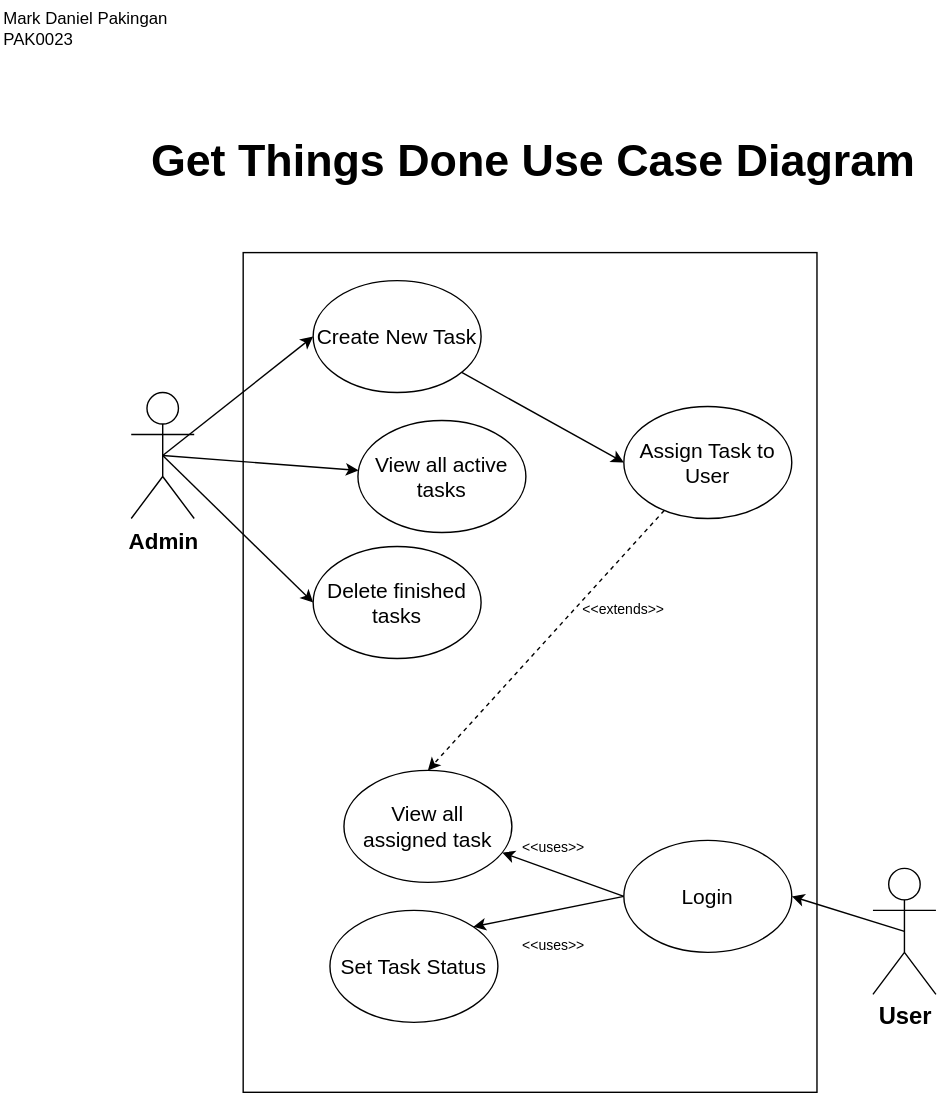
This is pakinganUseCaseDiagram.drawio.svg from ivondrak/SWE2025, a draw.io export, as it was before one commit. Source tidied: cells renumbered, new cells last; positions are measured from the earlier drawing's top-left corner, leaving out a move shared by most shapes.
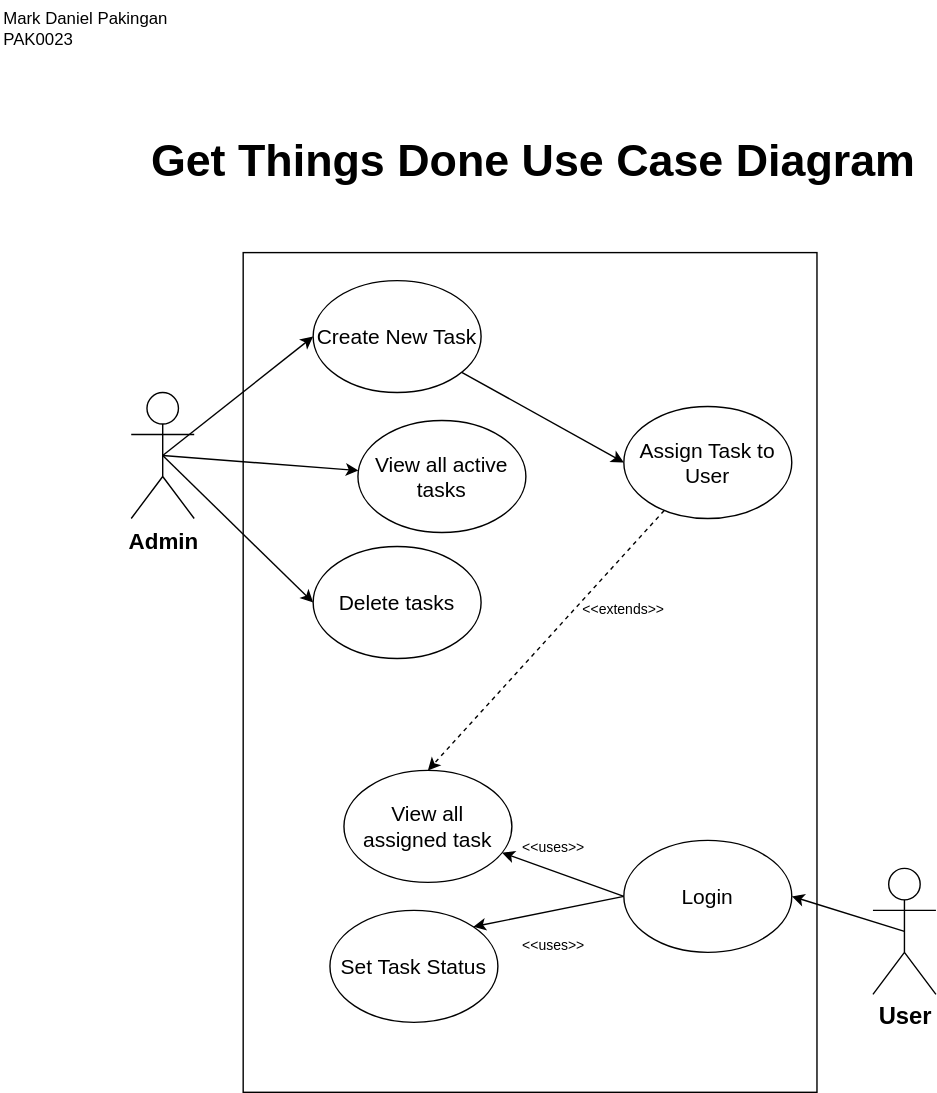
After the change.

What changed in the source:
```diff
@@ -23,7 +23,7 @@
     <mxCell id="8" value="&lt;font style=&quot;font-size: 15px;&quot;&gt;View all active tasks&lt;/font&gt;" style="ellipse;whiteSpace=wrap;html=1;" parent="1" vertex="1">
       <mxGeometry x="255" y="300" width="120" height="80" as="geometry" />
     </mxCell>
-    <mxCell id="9" value="&lt;font style=&quot;font-size: 15px;&quot;&gt;Delete finished tasks&lt;/font&gt;" style="ellipse;whiteSpace=wrap;html=1;" parent="1" vertex="1">
+    <mxCell id="9" value="&lt;font style=&quot;font-size: 15px;&quot;&gt;Delete tasks&lt;/font&gt;" style="ellipse;whiteSpace=wrap;html=1;" parent="1" vertex="1">
       <mxGeometry x="223" y="390" width="120" height="80" as="geometry" />
     </mxCell>
     <mxCell id="10" value="&lt;font style=&quot;font-size: 15px;&quot;&gt;View all&amp;nbsp;&lt;/font&gt;&lt;div&gt;&lt;font style=&quot;font-size: 15px;&quot;&gt;assigned task&lt;/font&gt;&lt;/div&gt;" style="ellipse;whiteSpace=wrap;html=1;" parent="1" vertex="1">
```
